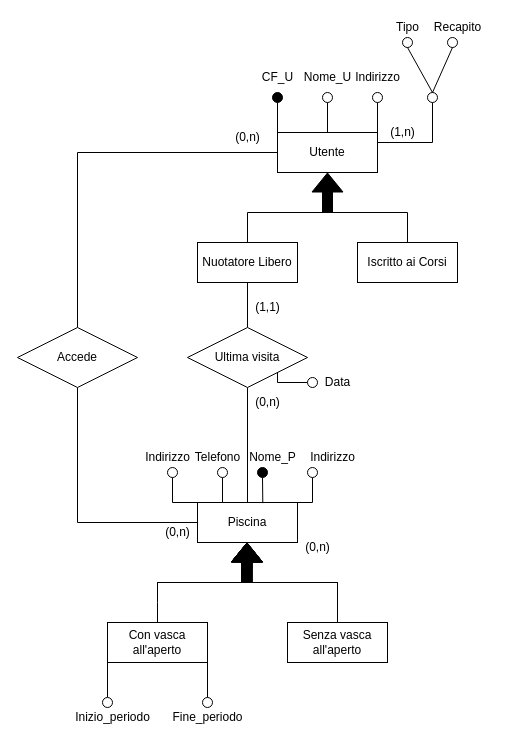
The draw.io diagram ER Diagrams/temp.drawio in fra-dln/PiscineComunali, before the edit. Source tidied: cells renumbered, new cells numbered last; positions are measured from the earlier drawing's top-left corner, leaving out a move shared by most shapes. Both pictures are drawn from the tidied source at 100%, with x=0, y=0 at pixel (17, 17).
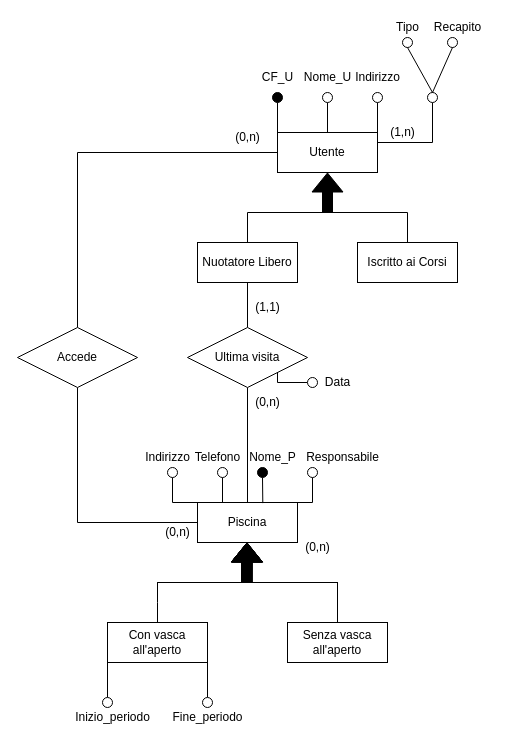
Above is the later version.

The edit, as a diff of the source:
```diff
@@
-    <mxCell id="58" value="Indirizzo" style="text;html=1;align=center;verticalAlign=middle;strokeColor=none;fillColor=none;" parent="1" vertex="1">
-      <mxGeometry x="285" y="430" width="60" height="20" as="geometry" />
+    <mxCell id="58" value="Responsabile" style="text;html=1;align=center;verticalAlign=middle;strokeColor=none;fillColor=none;" parent="1" vertex="1">
+      <mxGeometry x="280" y="430" width="90" height="20" as="geometry" />
     </mxCell>
```
